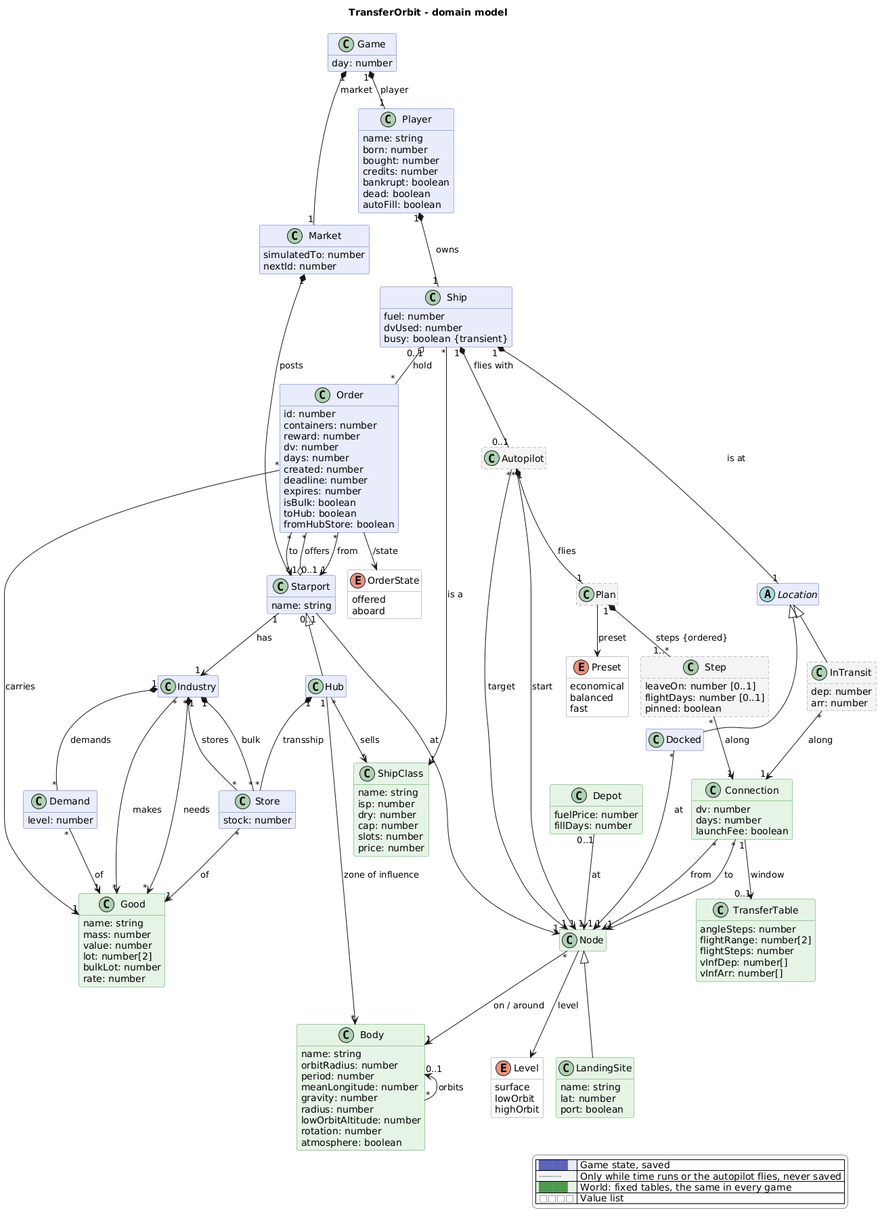
Before: docs/domain-model.png, a diagram exported from PlantUML (scuzzar/TransferOrbit).
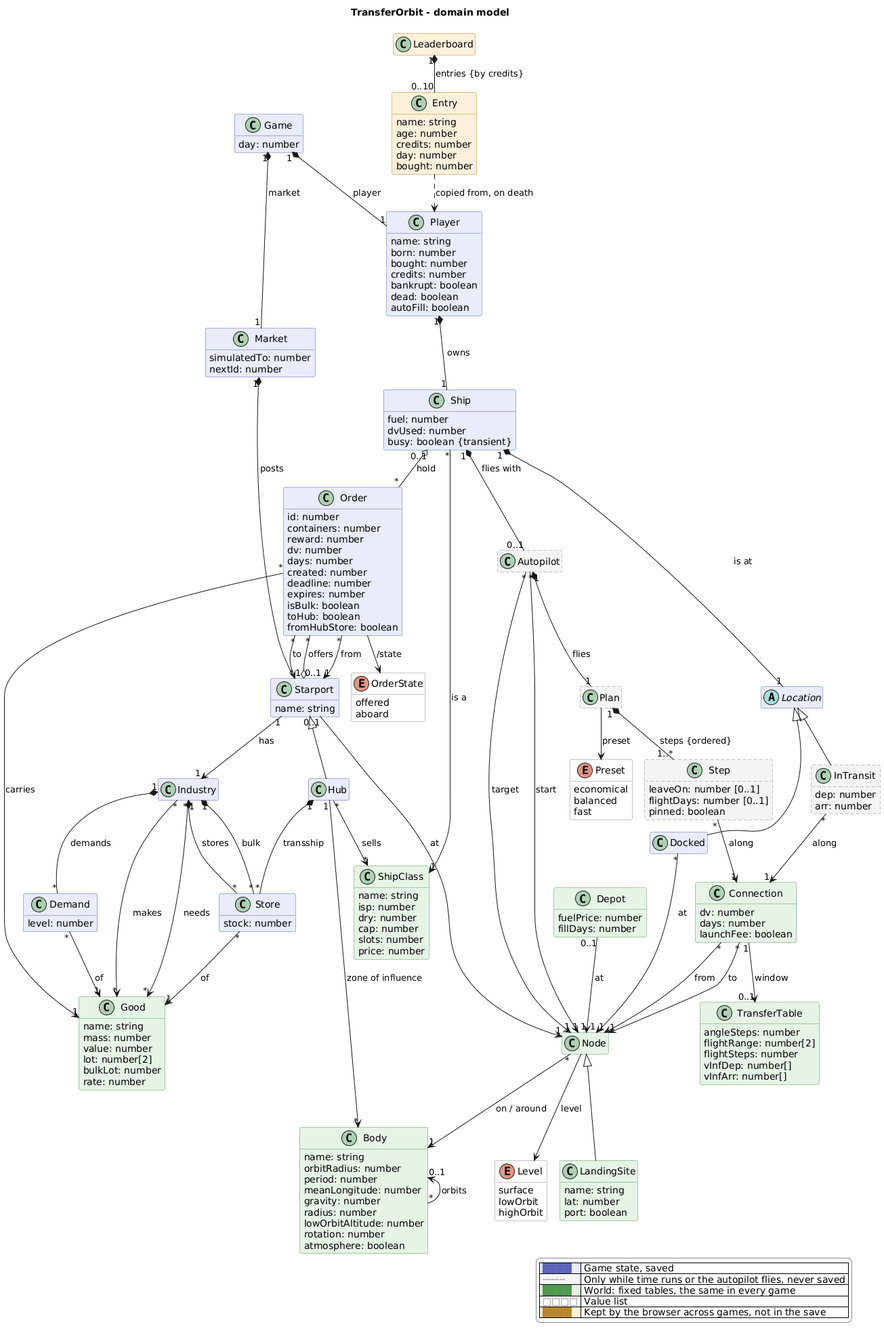
The same diagram one commit later.

The edit, as a diff of the source:
```diff
@@ -15,6 +15,8 @@
   BorderColor<<reference>> #4f9a4f
   BackgroundColor<<value>> #ffffff
   BorderColor<<value>> #8a8a8a
+  BackgroundColor<<browser>> #fdf1dc
+  BorderColor<<browser>> #b8862e
 }
 skinparam legendBackgroundColor #ffffff
 skinparam legendBorderColor #8a8a8a
@@ -30,6 +32,7 @@
 hide <<transient>> stereotype
 hide <<reference>> stereotype
 hide <<value>> stereotype
+hide <<browser>> stereotype
 
   class Game {
     day: number
@@ -65,6 +68,14 @@
     economical
     balanced
     fast
+  }
+  class Leaderboard <<browser>>
+  class Entry <<browser>> {
+    name: string
+    age: number
+    credits: number
+    day: number
+    bought: number
   }
   class Market {
     simulatedTo: number
@@ -172,6 +183,9 @@
 Plan "1" *-- "1..*" Step : steps {ordered}
 Step "*" --> "1" Connection : along
 
+Leaderboard "1" *-- "0..10" Entry : entries {by credits}
+Entry ..> Player : copied from, on death
+
 Market "1" *-- "*" Starport : posts
 Starport "1" --> "1" Industry : has
 Starport <|-- Hub
@@ -207,5 +221,6 @@
   |<#f4f4f4> <color:#8a8a8a>╌╌╌╌</color> | Only while time runs or the autopilot flies, never saved |
   |<#e6f4e6> <color:#4f9a4f>████</color> | World: fixed tables, the same in every game |
   |<#ffffff> <color:#8a8a8a>□□□□</color> | Value list |
+  |<#fdf1dc> <color:#b8862e>████</color> | Kept by the browser across games, not in the save |
 endlegend
 @enduml
```
